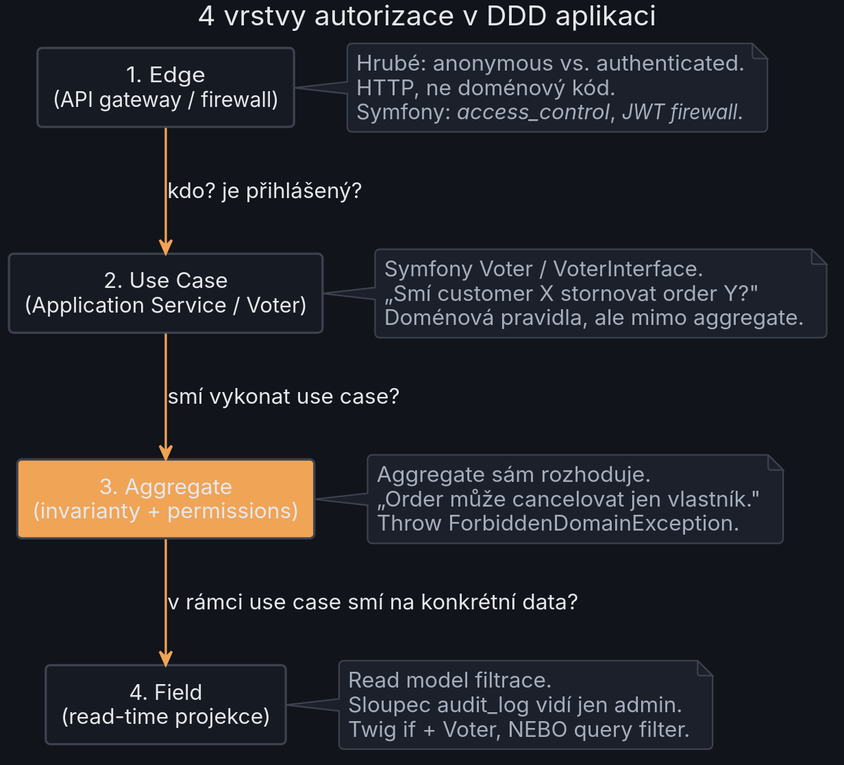
Earlier version of the PlantUML export templates/diagrams/19_authorization/policy_layers.svg (MichalKatuscak/ddd-v-symfony). Source of this version:
```plantuml
@startuml policy_layers
skinparam dpi 150
skinparam backgroundColor #11141A
skinparam shadowing false
skinparam roundCorner 6

skinparam defaultFontName "DejaVu Sans"
skinparam defaultFontSize 14
skinparam defaultFontColor #E6E8EC
skinparam defaultTextAlignment center


skinparam ArrowColor #F0A456
skinparam ArrowFontColor #E6E8EC
skinparam ArrowThickness 1.5

skinparam node {
  BackgroundColor #161A22
  BorderColor #3D424E
  FontColor #E6E8EC
}

skinparam component {
  BackgroundColor #161A22
  BorderColor #3D424E
  FontColor #E6E8EC
}

skinparam rectangle {
  BackgroundColor #161A22
  BorderColor #3D424E
  FontColor #E6E8EC
}

skinparam package {
  BackgroundColor #11141A
  BorderColor #F0A456
  FontColor #F0A456
}

skinparam folder {
  BackgroundColor #161A22
  BorderColor #3D424E
  FontColor #E6E8EC
}

skinparam frame {
  BackgroundColor #161A22
  BorderColor #3D424E
  FontColor #E6E8EC
}

skinparam database {
  BackgroundColor #1B202A
  BorderColor #3D424E
  FontColor #E6E8EC
}

skinparam queue {
  BackgroundColor #1B202A
  BorderColor #3D424E
  FontColor #E6E8EC
}

skinparam cloud {
  BackgroundColor #1B202A
  BorderColor #3D424E
  FontColor #E6E8EC
}

skinparam actor {
  BackgroundColor #161A22
  BorderColor #F0A456
  FontColor #E6E8EC
}

skinparam usecase {
  BackgroundColor #161A22
  BorderColor #3D424E
  FontColor #E6E8EC
}

skinparam class {
  BackgroundColor #161A22
  BorderColor #3D424E
  HeaderBackgroundColor #1B202A
  ArrowColor #F0A456
  FontColor #E6E8EC
  AttributeFontColor #A6ADBB
  StereotypeFontColor #F0A456
}

skinparam object {
  BackgroundColor #161A22
  BorderColor #3D424E
  FontColor #E6E8EC
}

skinparam sequence {
  ParticipantBackgroundColor #161A22
  ParticipantBorderColor #3D424E
  ParticipantFontColor #E6E8EC
  ActorBackgroundColor #161A22
  ActorBorderColor #F0A456
  ActorFontColor #E6E8EC
  LifeLineBorderColor #3D424E
  LifeLineBackgroundColor #1B202A
  ArrowColor #F0A456
  ArrowFontColor #E6E8EC
  GroupBackgroundColor #1B202A
  GroupBorderColor #3D424E
  GroupFontColor #A6ADBB
  GroupHeaderFontColor #F0A456
  BoxBackgroundColor #11141A
  BoxBorderColor #F0A456
  BoxFontColor #F0A456
  DividerBackgroundColor #1B202A
  DividerBorderColor #3D424E
  DividerFontColor #A6ADBB
  ReferenceBackgroundColor #161A22
  ReferenceBorderColor #3D424E
  ReferenceFontColor #E6E8EC
  ReferenceHeaderBackgroundColor #1B202A
  StereotypeFontColor #F0A456
}

skinparam state {
  BackgroundColor #161A22
  BorderColor #3D424E
  FontColor #E6E8EC
  StartColor #F0A456
  EndColor #F0A456
  ArrowColor #F0A456
  AttributeFontColor #A6ADBB
}

skinparam activity {
  BackgroundColor #161A22
  BorderColor #3D424E
  FontColor #E6E8EC
  ArrowColor #F0A456
  StartColor #F0A456
  EndColor #F0A456
  BarColor #F0A456
  DiamondBackgroundColor #1B202A
  DiamondBorderColor #3D424E
  DiamondFontColor #E6E8EC
}

skinparam note {
  BackgroundColor #1B202A
  BorderColor #3D424E
  FontColor #A6ADBB
}

skinparam title {
  FontColor #E6E8EC
  FontSize 18
}

skinparam legend {
  BackgroundColor #161A22
  BorderColor #3D424E
  FontColor #A6ADBB
}

skinparam caption {
  FontColor #A6ADBB
}

skinparam stereotype {
  CBackgroundColor #1B202A
  CBorderColor #F0A456
  ABackgroundColor #1B202A
  ABorderColor #F0A456
  IBackgroundColor #1B202A
  IBorderColor #F0A456
  EBackgroundColor #1B202A
  EBorderColor #F0A456
}

title 4 vrstvy autorizace v DDD aplikaci

rectangle "1. Edge\n(API gateway / firewall)" as edge
rectangle "2. Use Case\n(Application Service / Voter)" as uc
rectangle "3. Aggregate\n(invarianty + permissions)" as agg #F0A456
rectangle "4. Field\n(read-time projekce)" as field

edge -down-> uc : "kdo? je přihlášený?"
uc -down-> agg : "smí vykonat use case?"
agg -down-> field : "v rámci use case smí na konkrétní data?"

note right of edge
  Hrubé: anonymous vs. authenticated.
  HTTP, ne doménový kód.
  Symfony: <i>access_control</i>, <i>JWT firewall</i>.
end note

note right of uc
  Symfony Voter / VoterInterface.
  „Smí customer X stornovat order Y?"
  Doménová pravidla, ale mimo aggregate.
end note

note right of agg
  Aggregate sám rozhoduje.
  „Order může cancelovat jen vlastník."
  Throw ForbiddenDomainException.
end note

note right of field
  Read model filtrace.
  Sloupec audit_log vidí jen admin.
  Twig if + Voter, NEBO query filter.
end note
@enduml
```
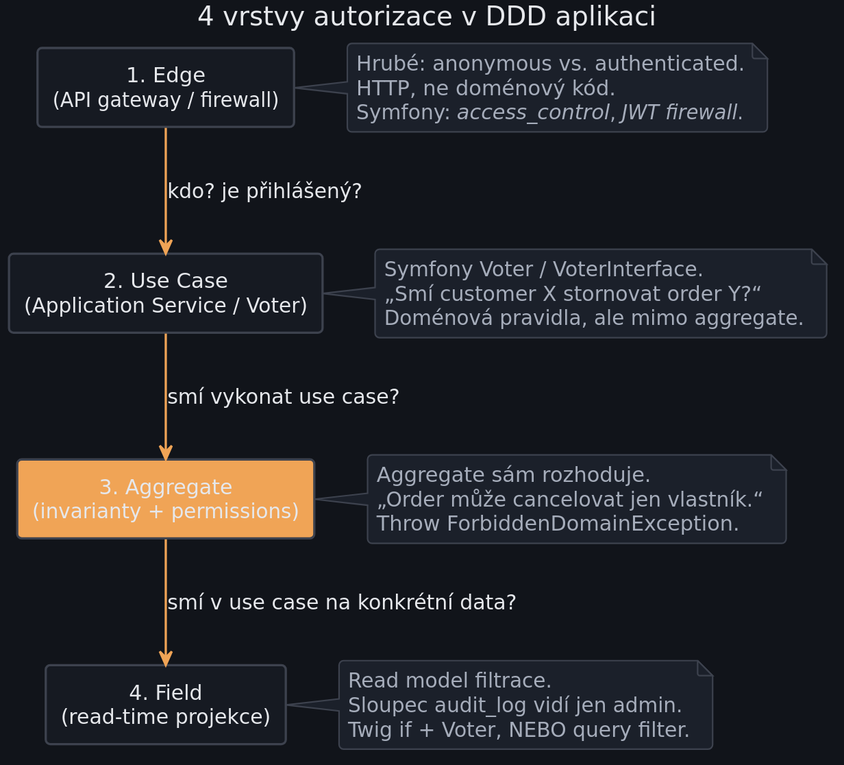
The same file after the commit.

The edit, as a diff of the source:
```diff
@@ -188,7 +188,7 @@
 
 edge -down-> uc : "kdo? je přihlášený?"
 uc -down-> agg : "smí vykonat use case?"
-agg -down-> field : "v rámci use case smí na konkrétní data?"
+agg -down-> field : "smí v use case na konkrétní data?"
 
 note right of edge
   Hrubé: anonymous vs. authenticated.
@@ -198,13 +198,13 @@
 
 note right of uc
   Symfony Voter / VoterInterface.
-  „Smí customer X stornovat order Y?"
+  „Smí customer X stornovat order Y?“
   Doménová pravidla, ale mimo aggregate.
 end note
 
 note right of agg
   Aggregate sám rozhoduje.
-  „Order může cancelovat jen vlastník."
+  „Order může cancelovat jen vlastník.“
   Throw ForbiddenDomainException.
 end note
 
```
